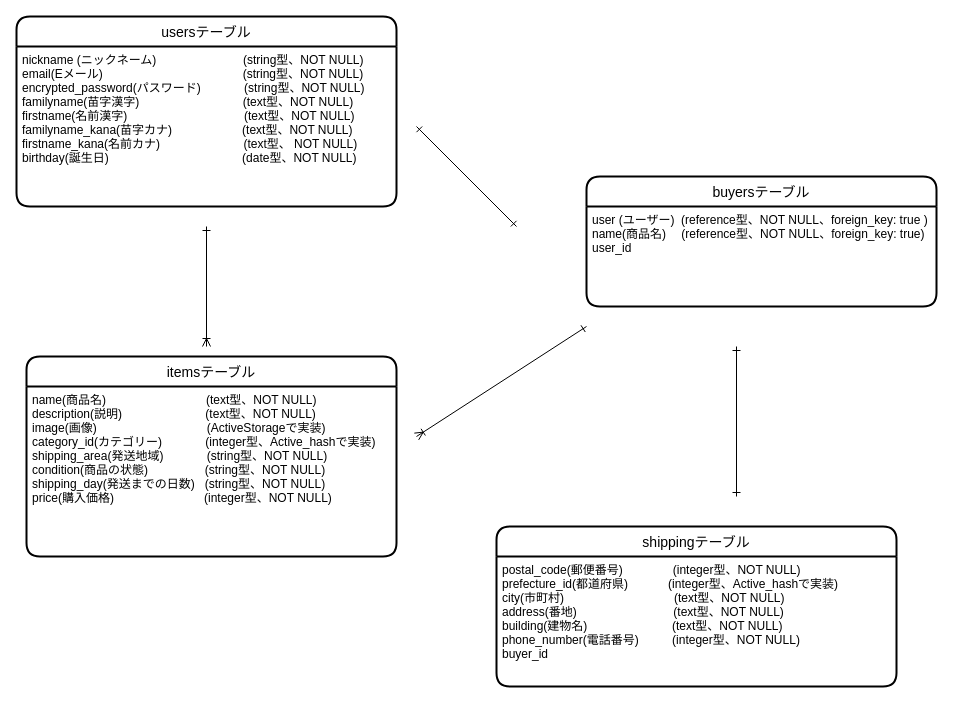
Above: furima-34505.dio in shuuuyan/furima-34505 (draw.io), before the change. Source tidied: cells renumbered, new cells numbered last; positions are measured from the earlier drawing's top-left corner, leaving out a move shared by most shapes. Both pictures are drawn from the tidied source at 100%, with x=0, y=0 at pixel (16, 16).
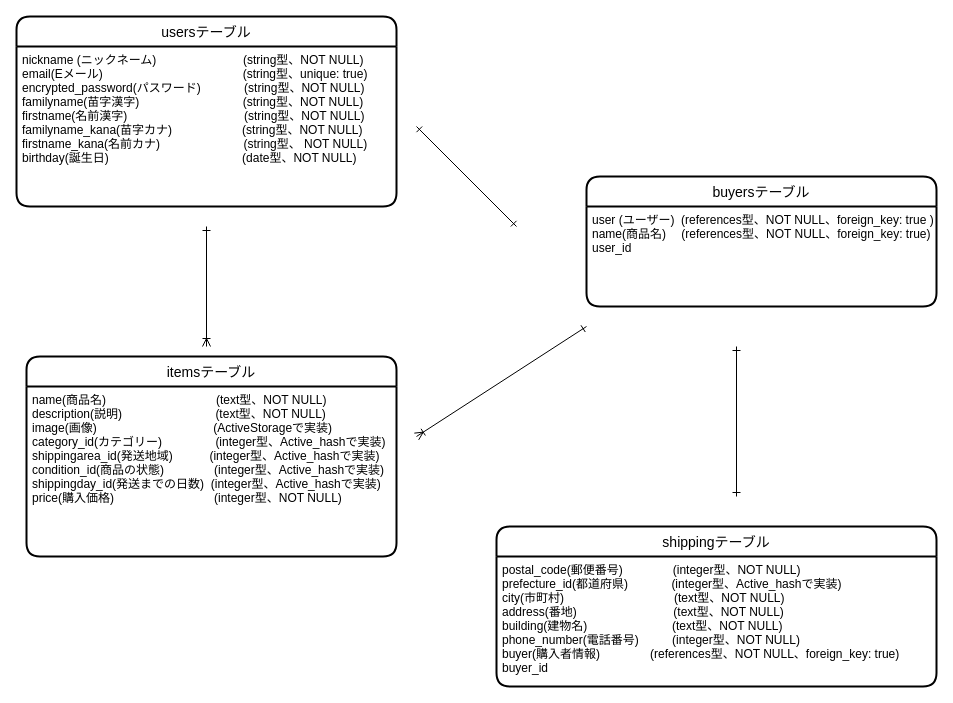
Above is the later version.

Commit message (it also covers changes not shown here):
データベース設計修正後4

Diff of the diagram source:
```diff
@@
 <mxGraphModel>
   <root>
     <mxCell id="0" />
     <mxCell id="1" parent="0" />
     <mxCell id="2" value="usersテーブル" style="swimlane;horizontal=1;startSize=30;rounded=1;fontSize=14;fontStyle=0;strokeWidth=2;shadow=0;dashed=0;align=center;" parent="1" vertex="1">
       <mxGeometry width="380" height="190" as="geometry" />
     </mxCell>
-    <mxCell id="3" value="nickname (ニックネーム)                          (string型、NOT NULL)&#10;email(Eメール)                                          (string型、NOT NULL)&#10;encrypted_password(パスワード)             (string型、NOT NULL)&#10;familyname(苗字漢字)                               (text型、NOT NULL)&#10;firstname(名前漢字)                                   (text型、NOT NULL)&#10;familyname_kana(苗字カナ)                     (text型、NOT NULL)&#10;firstname_kana(名前カナ)                         (text型、 NOT NULL)&#10;birthday(誕生日)                                        (date型、NOT NULL)&#10;" style="align=left;strokeColor=none;fillColor=none;spacingLeft=4;fontSize=12;verticalAlign=top;" parent="2" vertex="1">
+    <mxCell id="3" value="nickname (ニックネーム)                          (string型、NOT NULL)&#10;email(Eメール)                                          (string型、unique: true)&#10;encrypted_password(パスワード)             (string型、NOT NULL)&#10;familyname(苗字漢字)                               (string型、NOT NULL)&#10;firstname(名前漢字)                                   (string型、NOT NULL)&#10;familyname_kana(苗字カナ)                     (string型、NOT NULL)&#10;firstname_kana(名前カナ)                         (string型、 NOT NULL)&#10;birthday(誕生日)                                        (date型、NOT NULL)&#10;" style="align=left;strokeColor=none;fillColor=none;spacingLeft=4;fontSize=12;verticalAlign=top;" parent="2" vertex="1">
       <mxGeometry y="30" width="380" height="160" as="geometry" />
     </mxCell>
     <mxCell id="4" value="itemsテーブル" style="swimlane;horizontal=1;startSize=30;rounded=1;fontSize=14;fontStyle=0;strokeWidth=2;shadow=0;dashed=0;align=center;" parent="1" vertex="1">
       <mxGeometry x="10" y="340" width="370" height="200" as="geometry" />
     </mxCell>
-    <mxCell id="5" value="name(商品名)                              (text型、NOT NULL)&#10;description(説明)                         (text型、NOT NULL)&#10;image(画像)                                 (ActiveStorageで実装) &#10;category_id(カテゴリー)             (integer型、Active_hashで実装)&#10;shipping_area(発送地域)             (string型、NOT NULL)&#10;condition(商品の状態)                 (string型、NOT NULL)&#10;shipping_day(発送までの日数)   (string型、NOT NULL)&#10;price(購入価格)                           (integer型、NOT NULL)&#10;&#10;" style="align=left;strokeColor=none;fillColor=none;spacingLeft=4;fontSize=12;verticalAlign=top;" parent="4" vertex="1">
+    <mxCell id="5" value="name(商品名)                                 (text型、NOT NULL)&#10;description(説明)                            (text型、NOT NULL)&#10;image(画像)                                   (ActiveStorageで実装) &#10;category_id(カテゴリー)                (integer型、Active_hashで実装)&#10;shippingarea_id(発送地域)           (integer型、Active_hashで実装)&#10;condition_id(商品の状態)               (integer型、Active_hashで実装)&#10;shippingday_id(発送までの日数)  (integer型、Active_hashで実装)&#10;price(購入価格)                              (integer型、NOT NULL)&#10;&#10;" style="align=left;strokeColor=none;fillColor=none;spacingLeft=4;fontSize=12;verticalAlign=top;" parent="4" vertex="1">
       <mxGeometry y="30" width="370" height="170" as="geometry" />
     </mxCell>
     <mxCell id="6" value="shippingテーブル" style="swimlane;horizontal=1;startSize=30;rounded=1;fontSize=14;fontStyle=0;strokeWidth=2;shadow=0;dashed=0;align=center;" parent="1" vertex="1">
-      <mxGeometry x="480" y="510" width="400" height="160" as="geometry" />
+      <mxGeometry x="480" y="510" width="440" height="160" as="geometry" />
     </mxCell>
-    <mxCell id="7" value="postal_code(郵便番号)               (integer型、NOT NULL)&#10;prefecture_id(都道府県)            (integer型、Active_hashで実装)&#10;city(市町村)                                 (text型、NOT NULL)&#10;address(番地)                             (text型、NOT NULL)&#10;building(建物名)          　　　　 (text型、NOT NULL)&#10;phone_number(電話番号)          (integer型、NOT NULL)&#10;buyer_id&#10;" style="align=left;strokeColor=none;fillColor=none;spacingLeft=4;fontSize=12;verticalAlign=top;" parent="6" vertex="1">
-      <mxGeometry y="30" width="400" height="130" as="geometry" />
+    <mxCell id="7" value="postal_code(郵便番号)               (integer型、NOT NULL)&#10;prefecture_id(都道府県)             (integer型、Active_hashで実装)&#10;city(市町村)                                 (text型、NOT NULL)&#10;address(番地)                             (text型、NOT NULL)&#10;building(建物名)          　　　　 (text型、NOT NULL)&#10;phone_number(電話番号)          (integer型、NOT NULL)&#10;buyer(購入者情報)               (references型、NOT NULL、foreign_key: true)&#10;buyer_id&#10;" style="align=left;strokeColor=none;fillColor=none;spacingLeft=4;fontSize=12;verticalAlign=top;" parent="6" vertex="1">
+      <mxGeometry y="30" width="440" height="130" as="geometry" />
     </mxCell>
     <mxCell id="8" style="edgeStyle=none;rounded=0;orthogonalLoop=1;jettySize=auto;html=1;startArrow=ERone;startFill=0;endArrow=ERone;endFill=0;" parent="1" edge="1">
       <mxGeometry relative="1" as="geometry">
         <mxPoint x="720" y="330" as="sourcePoint" />
         <mxPoint x="720" y="480" as="targetPoint" />
       </mxGeometry>
     </mxCell>
     <mxCell id="9" value="buyersテーブル" style="swimlane;horizontal=1;startSize=30;rounded=1;fontSize=14;fontStyle=0;strokeWidth=2;shadow=0;dashed=0;align=center;" parent="1" vertex="1">
       <mxGeometry x="570" y="160" width="350" height="130" as="geometry" />
     </mxCell>
-    <mxCell id="10" value="user (ユーザー)  (reference型、NOT NULL、foreign_key: true )&#10;name(商品名)　 (reference型、NOT NULL、foreign_key: true)&#10;user_id&#10;" style="align=left;strokeColor=none;fillColor=none;spacingLeft=4;fontSize=12;verticalAlign=top;" parent="9" vertex="1">
+    <mxCell id="10" value="user (ユーザー)  (references型、NOT NULL、foreign_key: true )&#10;name(商品名)　 (references型、NOT NULL、foreign_key: true)&#10;user_id&#10;" style="align=left;strokeColor=none;fillColor=none;spacingLeft=4;fontSize=12;verticalAlign=top;" parent="9" vertex="1">
       <mxGeometry y="30" width="350" height="100" as="geometry" />
     </mxCell>
     <mxCell id="11" style="edgeStyle=orthogonalEdgeStyle;rounded=0;orthogonalLoop=1;jettySize=auto;html=1;endArrow=ERoneToMany;endFill=0;startArrow=ERone;startFill=0;" parent="1" edge="1">
       <mxGeometry relative="1" as="geometry">
         <mxPoint x="190" y="210" as="sourcePoint" />
         <mxPoint x="190" y="330" as="targetPoint" />
       </mxGeometry>
     </mxCell>
     <mxCell id="12" style="edgeStyle=none;rounded=0;orthogonalLoop=1;jettySize=auto;html=1;startArrow=ERoneToMany;startFill=0;endArrow=ERone;endFill=0;" parent="1" edge="1">
       <mxGeometry relative="1" as="geometry">
         <mxPoint x="400" y="420" as="sourcePoint" />
         <mxPoint x="570" y="310" as="targetPoint" />
       </mxGeometry>
     </mxCell>
     <mxCell id="13" style="rounded=0;orthogonalLoop=1;jettySize=auto;html=1;startArrow=ERone;startFill=0;endArrow=ERone;endFill=0;" parent="1" edge="1">
       <mxGeometry relative="1" as="geometry">
         <mxPoint x="500" y="210" as="sourcePoint" />
         <mxPoint x="400" y="110" as="targetPoint" />
       </mxGeometry>
     </mxCell>
   </root>
 </mxGraphModel>
```
